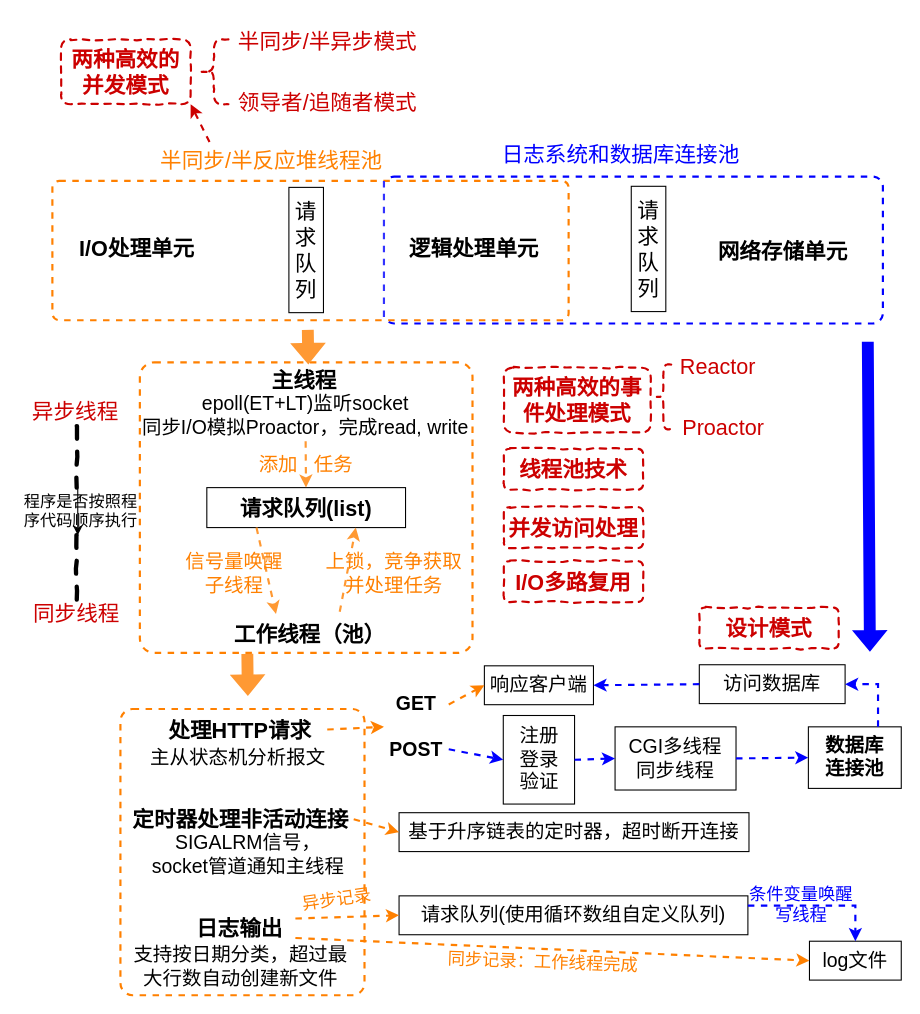
This is Untitled Diagram.drawio from bling-star-hub/MyDiagram, a draw.io file, before an edit. Source tidied: cells renumbered, new cells numbered last; positions are measured from the earlier drawing's top-left corner, leaving out a move shared by most shapes. Both pictures are drawn from the tidied source at 108%, with x=0, y=0 at pixel (18, 18).
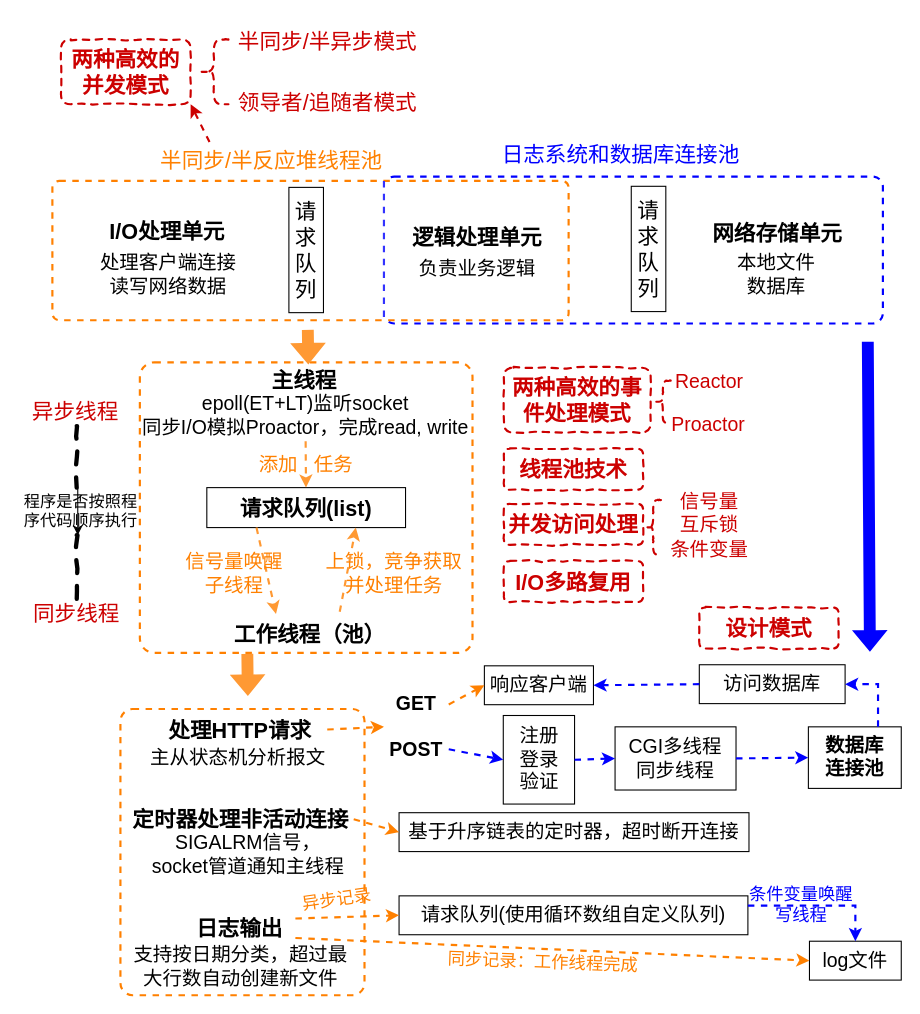
After the change.

What changed in the source:
```diff
@@
     <mxCell id="6" value="I/O处理单元" style="rounded=0;whiteSpace=wrap;html=1;fontStyle=1;fontSize=20;strokeColor=none;fillColor=none;flipH=1;" parent="1" vertex="1">
-      <mxGeometry x="37" y="183.5" width="145" height="57" as="geometry" />
+      <mxGeometry x="65" y="167.5" width="145" height="57" as="geometry" />
     </mxCell>
     <mxCell id="7" value="逻辑处理单元" style="rounded=0;whiteSpace=wrap;html=1;fontStyle=1;fontSize=20;strokeColor=none;fillColor=none;flipH=1;" parent="1" vertex="1">
-      <mxGeometry x="349" y="183.5" width="145" height="57" as="geometry" />
+      <mxGeometry x="352" y="173" width="145" height="57" as="geometry" />
     </mxCell>
     <mxCell id="8" value="网络存储单元" style="rounded=0;whiteSpace=wrap;html=1;fontStyle=1;fontSize=20;strokeColor=none;fillColor=none;flipH=1;" parent="1" vertex="1">
-      <mxGeometry x="635" y="186" width="145" height="57" as="geometry" />
+      <mxGeometry x="630" y="169" width="145" height="57" as="geometry" />
     </mxCell>
@@
     <mxCell id="61" style="shape=curlyBracket;whiteSpace=wrap;html=1;rounded=1;dashed=1;comic=1;fontSize=20;fontColor=#CC0000;strokeColor=#CC0000;strokeWidth=2;fillColor=none;" parent="1" vertex="1">
-      <mxGeometry x="589.5" y="320" width="14.5" height="60" as="geometry" />
+      <mxGeometry x="589" y="335" width="14.5" height="39" as="geometry" />
     </mxCell>
-    <mxCell id="62" value="Reactor" style="rounded=0;whiteSpace=wrap;html=1;dashed=1;comic=1;fontSize=20;fontColor=#CC0000;strokeColor=none;strokeWidth=2;fillColor=none;" parent="1" vertex="1">
-      <mxGeometry x="604" y="301" width="86.5" height="40" as="geometry" />
+    <mxCell id="62" value="Reactor" style="rounded=0;whiteSpace=wrap;html=1;dashed=1;comic=1;fontSize=18;fontColor=#CC0000;strokeColor=none;strokeWidth=2;fillColor=none;" parent="1" vertex="1">
+      <mxGeometry x="596" y="316" width="86.5" height="40" as="geometry" />
     </mxCell>
-    <mxCell id="63" value="Proactor" style="rounded=0;whiteSpace=wrap;html=1;dashed=1;comic=1;fontSize=20;fontColor=#CC0000;strokeColor=none;strokeWidth=2;fillColor=none;" parent="1" vertex="1">
-      <mxGeometry x="608" y="358" width="88.5" height="40" as="geometry" />
+    <mxCell id="63" value="Proactor" style="rounded=0;whiteSpace=wrap;html=1;dashed=1;comic=1;fontSize=18;fontColor=#CC0000;strokeColor=none;strokeWidth=2;fillColor=none;" parent="1" vertex="1">
+      <mxGeometry x="594" y="356" width="88.5" height="40" as="geometry" />
     </mxCell>
@@
     <mxCell id="65" value="并发访问处理" style="rounded=1;whiteSpace=wrap;html=1;dashed=1;fontSize=20;fontColor=#CC0000;strokeColor=#CC0000;strokeWidth=2;fillColor=none;comic=1;fontStyle=1;" parent="1" vertex="1">
-      <mxGeometry x="449" y="452" width="129" height="38" as="geometry" />
+      <mxGeometry x="449" y="449" width="129" height="38" as="geometry" />
     </mxCell>
@@
+    <mxCell id="75" style="shape=curlyBracket;whiteSpace=wrap;html=1;rounded=1;dashed=1;comic=1;fontSize=20;fontColor=#CC0000;strokeColor=#CC0000;strokeWidth=2;fillColor=none;" parent="1" vertex="1">
+      <mxGeometry x="580" y="445.5" width="14.5" height="50.5" as="geometry" />
+    </mxCell>
+    <mxCell id="76" value="信号量" style="rounded=0;whiteSpace=wrap;html=1;dashed=1;comic=1;fontSize=18;fontColor=#CC0000;strokeColor=none;strokeWidth=2;fillColor=none;" parent="1" vertex="1">
+      <mxGeometry x="595.5" y="434" width="86.5" height="26" as="geometry" />
+    </mxCell>
+    <mxCell id="77" value="条件变量" style="rounded=0;whiteSpace=wrap;html=1;dashed=1;comic=1;fontSize=18;fontColor=#CC0000;strokeColor=none;strokeWidth=2;fillColor=none;" parent="1" vertex="1">
+      <mxGeometry x="594.5" y="476" width="88.5" height="31" as="geometry" />
+    </mxCell>
+    <mxCell id="78" value="互斥锁" style="rounded=0;whiteSpace=wrap;html=1;dashed=1;comic=1;fontSize=18;fontColor=#CC0000;strokeColor=none;strokeWidth=2;fillColor=none;" parent="1" vertex="1">
+      <mxGeometry x="595.5" y="456.5" width="86.5" height="24.5" as="geometry" />
+    </mxCell>
+    <mxCell id="79" value="处理客户端连接&lt;br&gt;读写网络数据" style="rounded=0;whiteSpace=wrap;html=1;fontSize=18;fillColor=none;strokeColor=none;" parent="1" vertex="1">
+      <mxGeometry x="67" y="213.5" width="143" height="46" as="geometry" />
+    </mxCell>
+    <mxCell id="80" value="负责业务逻辑" style="rounded=0;whiteSpace=wrap;html=1;fontSize=18;fillColor=none;strokeColor=none;" parent="1" vertex="1">
+      <mxGeometry x="353" y="209" width="143" height="46" as="geometry" />
+    </mxCell>
+    <mxCell id="81" value="本地文件&lt;br&gt;数据库" style="rounded=0;whiteSpace=wrap;html=1;fontSize=18;fillColor=none;strokeColor=none;" parent="1" vertex="1">
+      <mxGeometry x="630" y="214" width="143" height="46" as="geometry" />
+    </mxCell>
```
